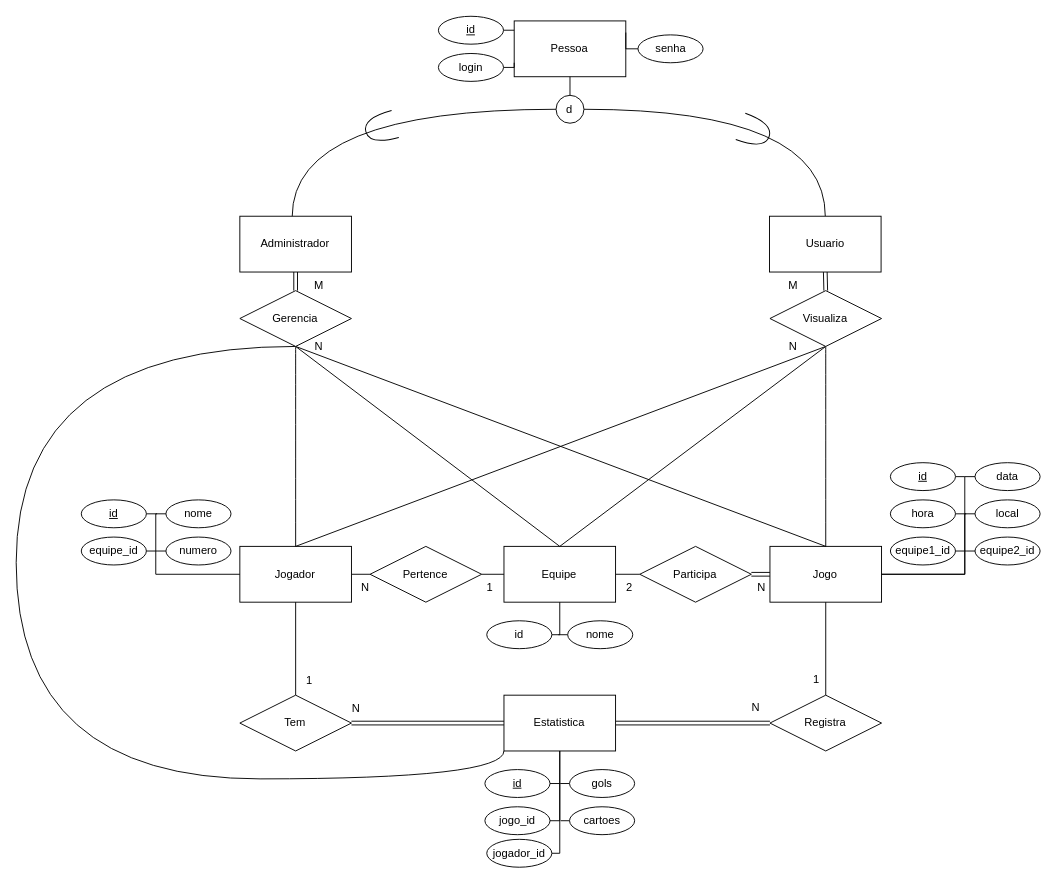
Before: CBFManager.drawio in VitoReis/CBFManager, a draw.io diagram. Source tidied: cells renumbered, new cells numbered last; positions are measured from the earlier drawing's top-left corner, leaving out a move shared by most shapes. Both pictures are drawn from the tidied source at 93%, with x=0, y=0 at pixel (16, 16).
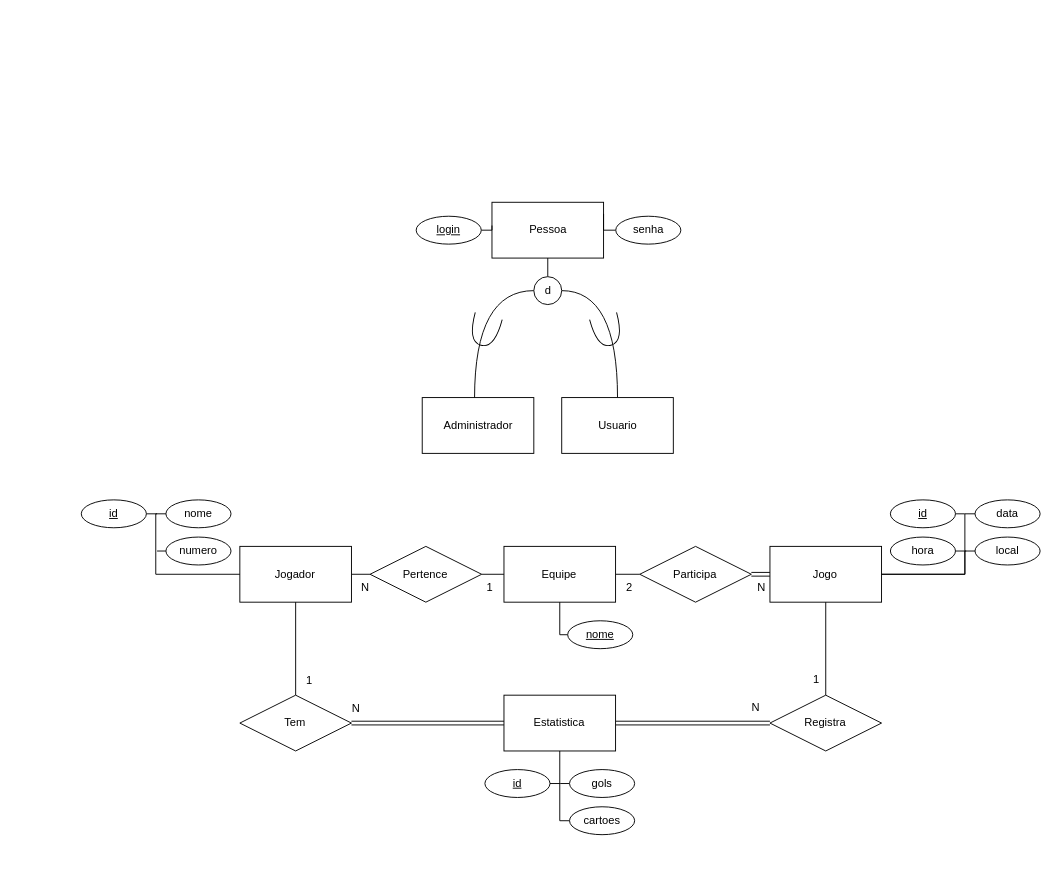
After the change.

The change refers to these unchanged cells:
```xml
<mxCell id="3" value="&lt;div&gt;Jogador&lt;/div&gt;" style="rounded=0;whiteSpace=wrap;html=1;" parent="1" vertex="1">
  <mxGeometry x="240.4" y="570" width="120" height="60" as="geometry" />
</mxCell>
<mxCell id="7" value="Equipe" style="rounded=0;whiteSpace=wrap;html=1;" parent="1" vertex="1">
  <mxGeometry x="524.4" y="570" width="120" height="60" as="geometry" />
</mxCell>
<mxCell id="10" value="Jogo" style="rounded=0;whiteSpace=wrap;html=1;" parent="1" vertex="1">
  <mxGeometry x="810.4" y="570" width="120" height="60" as="geometry" />
</mxCell>
<mxCell id="14" value="Estatistica" style="rounded=0;whiteSpace=wrap;html=1;" parent="1" vertex="1">
  <mxGeometry x="524.4" y="730" width="120" height="60" as="geometry" />
</mxCell>
<mxCell id="42" value="cartoes" style="ellipse;whiteSpace=wrap;html=1;" parent="1" vertex="1">
  <mxGeometry x="594.9" y="850" width="70" height="30" as="geometry" />
</mxCell>
```

The edit, as a diff of the source:
```diff
@@
-    <mxCell id="18" style="edgeStyle=orthogonalEdgeStyle;rounded=0;jettySize=auto;html=1;exitX=1;exitY=0.5;exitDx=0;exitDy=0;endArrow=none;startFill=0;" parent="1" edge="1" source="19">
-      <mxGeometry relative="1" as="geometry">
-        <mxPoint x="1021.4" y="575" as="targetPoint" />
-      </mxGeometry>
-    </mxCell>
-    <mxCell id="19" value="equipe1_id" style="ellipse;whiteSpace=wrap;html=1;" parent="1" vertex="1">
-      <mxGeometry x="939.9" y="560" width="70" height="30" as="geometry" />
-    </mxCell>
     <mxCell id="20" style="edgeStyle=orthogonalEdgeStyle;rounded=0;jettySize=auto;html=1;exitX=1;exitY=0.5;exitDx=0;exitDy=0;endArrow=none;startFill=0;" parent="1" edge="1" source="21">
       <mxGeometry relative="1" as="geometry">
-        <mxPoint x="1021.4" y="535" as="targetPoint" />
+        <mxPoint x="1021.4" y="575" as="targetPoint" />
       </mxGeometry>
     </mxCell>
     <mxCell id="21" value="hora" style="ellipse;whiteSpace=wrap;html=1;" parent="1" vertex="1">
-      <mxGeometry x="939.9" y="520" width="70" height="30" as="geometry" />
+      <mxGeometry x="939.9" y="560" width="70" height="30" as="geometry" />
     </mxCell>
-    <mxCell id="22" style="edgeStyle=orthogonalEdgeStyle;rounded=0;jettySize=auto;html=1;exitX=0;exitY=0.5;exitDx=0;exitDy=0;endArrow=none;startFill=0;" parent="1" edge="1" source="23">
-      <mxGeometry relative="1" as="geometry">
-        <mxPoint x="1021.4" y="575" as="targetPoint" />
-      </mxGeometry>
-    </mxCell>
-    <mxCell id="23" value="equipe2_id" style="ellipse;whiteSpace=wrap;html=1;" parent="1" vertex="1">
-      <mxGeometry x="1030.9" y="560" width="70" height="30" as="geometry" />
-    </mxCell>
     <mxCell id="24" style="edgeStyle=orthogonalEdgeStyle;rounded=0;jettySize=auto;html=1;exitX=0;exitY=0.5;exitDx=0;exitDy=0;entryX=1;entryY=0.5;entryDx=0;entryDy=0;endArrow=none;startFill=0;" parent="1" edge="1" source="25" target="10">
       <mxGeometry relative="1" as="geometry">
         <Array as="points">
-          <mxPoint x="1019.9" y="535" />
-          <mxPoint x="1019.9" y="600" />
+          <mxPoint x="1020" y="575" />
+          <mxPoint x="1020" y="600" />
         </Array>
       </mxGeometry>
     </mxCell>
     <mxCell id="25" value="local" style="ellipse;whiteSpace=wrap;html=1;" parent="1" vertex="1">
-      <mxGeometry x="1030.9" y="520" width="70" height="30" as="geometry" />
+      <mxGeometry x="1030.9" y="560" width="70" height="30" as="geometry" />
     </mxCell>
-    <mxCell id="26" style="edgeStyle=orthogonalEdgeStyle;rounded=0;jettySize=auto;html=1;exitX=0;exitY=0.5;exitDx=0;exitDy=0;endArrow=none;startFill=0;" parent="1" edge="1" source="27">
-      <mxGeometry relative="1" as="geometry">
-        <mxPoint x="582.9" y="665" as="targetPoint" />
-      </mxGeometry>
+    <mxCell id="26" style="edgeStyle=orthogonalEdgeStyle;rounded=0;jettySize=auto;html=1;exitX=0;exitY=0.5;exitDx=0;exitDy=0;endArrow=none;startFill=0;entryX=0.5;entryY=1;entryDx=0;entryDy=0;" parent="1" edge="1" source="27" target="7">
+      <mxGeometry relative="1" as="geometry" />
     </mxCell>
-    <mxCell id="27" value="nome" style="ellipse;whiteSpace=wrap;html=1;" parent="1" vertex="1">
+    <mxCell id="27" value="&lt;u&gt;nome&lt;/u&gt;" style="ellipse;whiteSpace=wrap;html=1;" parent="1" vertex="1">
       <mxGeometry x="592.9" y="650" width="70" height="30" as="geometry" />
     </mxCell>
-    <mxCell id="28" style="edgeStyle=orthogonalEdgeStyle;rounded=0;jettySize=auto;html=1;exitX=1;exitY=0.5;exitDx=0;exitDy=0;entryX=0.5;entryY=1;entryDx=0;entryDy=0;endArrow=none;startFill=0;" parent="1" edge="1" source="29" target="7">
-      <mxGeometry relative="1" as="geometry" />
-    </mxCell>
-    <mxCell id="29" value="&lt;div&gt;id&lt;/div&gt;" style="ellipse;whiteSpace=wrap;html=1;" parent="1" vertex="1">
-      <mxGeometry x="505.9" y="650" width="70" height="30" as="geometry" />
-    </mxCell>
@@
-    <mxCell id="37" style="edgeStyle=orthogonalEdgeStyle;rounded=0;jettySize=auto;html=1;exitX=1;exitY=0.5;exitDx=0;exitDy=0;entryX=0.5;entryY=1;entryDx=0;entryDy=0;endArrow=none;startFill=0;" parent="1" edge="1" source="38" target="14">
-      <mxGeometry relative="1" as="geometry">
-        <Array as="points">
-          <mxPoint x="584.4" y="865" />
-        </Array>
-      </mxGeometry>
-    </mxCell>
-    <mxCell id="38" value="jogo_id" style="ellipse;whiteSpace=wrap;html=1;" parent="1" vertex="1">
-      <mxGeometry x="503.9" y="850" width="70" height="30" as="geometry" />
-    </mxCell>
@@
-    <mxCell id="41" style="edgeStyle=orthogonalEdgeStyle;rounded=0;jettySize=auto;html=1;exitX=0;exitY=0.5;exitDx=0;exitDy=0;endArrow=none;startFill=0;" parent="1" edge="1" source="42">
+    <mxCell id="41" style="edgeStyle=orthogonalEdgeStyle;rounded=0;jettySize=auto;html=1;exitX=0;exitY=0.5;exitDx=0;exitDy=0;endArrow=none;startFill=0;entryX=0.5;entryY=1;entryDx=0;entryDy=0;" parent="1" edge="1" source="42" target="14">
       <mxGeometry relative="1" as="geometry">
-        <mxPoint x="585.4" y="865" as="targetPoint" />
+        <Array as="points">
+          <mxPoint x="584" y="865" />
+        </Array>
       </mxGeometry>
     </mxCell>
@@
-    <mxCell id="45" style="edgeStyle=orthogonalEdgeStyle;rounded=0;jettySize=auto;html=1;exitX=1;exitY=0.5;exitDx=0;exitDy=0;endArrow=none;startFill=0;" parent="1" edge="1" source="46">
-      <mxGeometry relative="1" as="geometry">
-        <mxPoint x="151.4" y="575" as="targetPoint" />
-      </mxGeometry>
-    </mxCell>
-    <mxCell id="46" value="equipe_id" style="ellipse;whiteSpace=wrap;html=1;" parent="1" vertex="1">
-      <mxGeometry x="69.9" y="560" width="70" height="30" as="geometry" />
-    </mxCell>
     <mxCell id="47" value="Pessoa" style="rounded=0;whiteSpace=wrap;html=1;" parent="1" vertex="1">
-      <mxGeometry x="535.4" y="5" width="120" height="60" as="geometry" />
+      <mxGeometry x="511.5" y="200" width="120" height="60" as="geometry" />
     </mxCell>
-    <mxCell id="48" style="edgeStyle=orthogonalEdgeStyle;rounded=0;jettySize=auto;html=1;exitX=1;exitY=0.5;exitDx=0;exitDy=0;entryX=0;entryY=0.75;entryDx=0;entryDy=0;endArrow=none;startFill=0;" parent="1" edge="1" source="49" target="47">
-      <mxGeometry relative="1" as="geometry" />
+    <mxCell id="48" style="edgeStyle=orthogonalEdgeStyle;rounded=0;jettySize=auto;html=1;exitX=1;exitY=0.5;exitDx=0;exitDy=0;entryX=0;entryY=0.75;entryDx=0;entryDy=0;endArrow=none;startFill=0;" parent="1" edge="1" source="49">
+      <mxGeometry relative="1" as="geometry">
+        <mxPoint x="511.5" y="225" as="targetPoint" />
+      </mxGeometry>
     </mxCell>
-    <mxCell id="49" value="login" style="ellipse;whiteSpace=wrap;html=1;" parent="1" vertex="1">
-      <mxGeometry x="453.9" y="40" width="70" height="30" as="geometry" />
+    <mxCell id="49" value="&lt;u&gt;login&lt;/u&gt;" style="ellipse;whiteSpace=wrap;html=1;" parent="1" vertex="1">
+      <mxGeometry x="430" y="215" width="70" height="30" as="geometry" />
     </mxCell>
-    <mxCell id="50" style="edgeStyle=orthogonalEdgeStyle;rounded=0;jettySize=auto;html=1;exitX=1;exitY=0.5;exitDx=0;exitDy=0;endArrow=none;startFill=0;" parent="1" edge="1" source="51">
-      <mxGeometry relative="1" as="geometry">
-        <mxPoint x="535.4" y="15" as="targetPoint" />
-      </mxGeometry>
-    </mxCell>
-    <mxCell id="51" value="&lt;div&gt;&lt;u&gt;id&lt;/u&gt;&lt;/div&gt;" style="ellipse;whiteSpace=wrap;html=1;" parent="1" vertex="1">
-      <mxGeometry x="453.9" width="70" height="30" as="geometry" />
-    </mxCell>
     <mxCell id="52" style="edgeStyle=orthogonalEdgeStyle;rounded=0;jettySize=auto;html=1;exitX=0;exitY=0.5;exitDx=0;exitDy=0;endArrow=none;startFill=0;" parent="1" edge="1" source="53">
       <mxGeometry relative="1" as="geometry">
-        <mxPoint x="655.4" y="17.5" as="targetPoint" />
+        <mxPoint x="631.5" y="212.5" as="targetPoint" />
       </mxGeometry>
     </mxCell>
     <mxCell id="53" value="senha" style="ellipse;whiteSpace=wrap;html=1;" parent="1" vertex="1">
-      <mxGeometry x="668.5" y="20" width="70" height="30" as="geometry" />
+      <mxGeometry x="644.6" y="215" width="70" height="30" as="geometry" />
     </mxCell>
@@
     <mxCell id="57" value="d" style="ellipse;whiteSpace=wrap;html=1;" parent="1" vertex="1">
-      <mxGeometry x="580.4" y="85" width="30" height="30" as="geometry" />
+      <mxGeometry x="556.5" y="280" width="30" height="30" as="geometry" />
     </mxCell>
-    <mxCell id="58" style="edgeStyle=orthogonalEdgeStyle;rounded=0;jettySize=auto;html=1;exitX=0.5;exitY=1;exitDx=0;exitDy=0;entryX=0.5;entryY=0;entryDx=0;entryDy=0;endArrow=none;startFill=0;shape=link;" parent="1" edge="1" source="59" target="70">
-      <mxGeometry relative="1" as="geometry" />
-    </mxCell>
     <mxCell id="59" value="Usuario" style="rounded=0;whiteSpace=wrap;html=1;" parent="1" vertex="1">
-      <mxGeometry x="809.9" y="215" width="120" height="60" as="geometry" />
+      <mxGeometry x="586.5" y="410" width="120" height="60" as="geometry" />
     </mxCell>
     <mxCell id="60" value="Administrador" style="rounded=0;whiteSpace=wrap;html=1;" parent="1" vertex="1">
-      <mxGeometry x="240.4" y="215" width="120" height="60" as="geometry" />
+      <mxGeometry x="436.5" y="410" width="120" height="60" as="geometry" />
     </mxCell>
-    <mxCell id="61" style="edgeStyle=orthogonalEdgeStyle;rounded=0;jettySize=auto;html=1;exitX=0.5;exitY=0;exitDx=0;exitDy=0;entryX=0.5;entryY=1;entryDx=0;entryDy=0;endArrow=none;startFill=0;shape=link;" parent="1" edge="1" source="66" target="60">
-      <mxGeometry relative="1" as="geometry" />
-    </mxCell>
-    <mxCell id="62" style="edgeStyle=orthogonalEdgeStyle;rounded=0;jettySize=auto;html=1;exitX=0.5;exitY=1;exitDx=0;exitDy=0;entryX=0.5;entryY=0;entryDx=0;entryDy=0;curved=1;endArrow=none;startFill=0;" parent="1" edge="1" source="66" target="3">
-      <mxGeometry relative="1" as="geometry" />
-    </mxCell>
-    <mxCell id="63" style="rounded=0;jettySize=auto;html=1;exitX=0.5;exitY=1;exitDx=0;exitDy=0;entryX=0.5;entryY=0;entryDx=0;entryDy=0;endArrow=none;startFill=0;" parent="1" edge="1" source="66" target="7">
-      <mxGeometry relative="1" as="geometry" />
-    </mxCell>
-    <mxCell id="64" style="rounded=0;jettySize=auto;html=1;exitX=0.5;exitY=1;exitDx=0;exitDy=0;entryX=0.5;entryY=0;entryDx=0;entryDy=0;endArrow=none;startFill=0;" parent="1" edge="1" source="66" target="10">
-      <mxGeometry relative="1" as="geometry" />
-    </mxCell>
-    <mxCell id="65" style="edgeStyle=orthogonalEdgeStyle;rounded=0;jettySize=auto;html=1;exitX=0.5;exitY=1;exitDx=0;exitDy=0;entryX=0;entryY=1;entryDx=0;entryDy=0;curved=1;endArrow=none;startFill=0;" parent="1" edge="1" source="66" target="14">
-      <mxGeometry relative="1" as="geometry">
-        <Array as="points">
-          <mxPoint x="-0.1" y="355" />
-          <mxPoint x="-0.1" y="820" />
-          <mxPoint x="523.9" y="820" />
-        </Array>
-      </mxGeometry>
-    </mxCell>
-    <mxCell id="66" value="&lt;div&gt;Gerencia&lt;/div&gt;" style="rhombus;whiteSpace=wrap;html=1;" parent="1" vertex="1">
-      <mxGeometry x="240.4" y="295" width="120" height="60" as="geometry" />
-    </mxCell>
-    <mxCell id="67" style="edgeStyle=orthogonalEdgeStyle;rounded=0;jettySize=auto;html=1;exitX=0.5;exitY=1;exitDx=0;exitDy=0;curved=1;endArrow=none;startFill=0;" parent="1" edge="1" source="70" target="10">
-      <mxGeometry relative="1" as="geometry" />
-    </mxCell>
-    <mxCell id="68" style="rounded=0;jettySize=auto;html=1;exitX=0.5;exitY=1;exitDx=0;exitDy=0;entryX=0.5;entryY=0;entryDx=0;entryDy=0;endArrow=none;startFill=0;" parent="1" edge="1" source="70" target="7">
-      <mxGeometry relative="1" as="geometry" />
-    </mxCell>
-    <mxCell id="69" style="rounded=0;jettySize=auto;html=1;exitX=0.5;exitY=1;exitDx=0;exitDy=0;entryX=0.5;entryY=0;entryDx=0;entryDy=0;endArrow=none;startFill=0;flowAnimation=0;shadow=0;" parent="1" edge="1" source="70" target="3">
-      <mxGeometry relative="1" as="geometry" />
-    </mxCell>
-    <mxCell id="70" value="Visualiza" style="rhombus;whiteSpace=wrap;html=1;" parent="1" vertex="1">
-      <mxGeometry x="810.4" y="295" width="120" height="60" as="geometry" />
-    </mxCell>
-    <mxCell id="71" style="shape=requiredInterface;html=1;verticalLabelPosition=bottom;sketch=0;rotation=20;" parent="1" vertex="1">
-      <mxGeometry x="777.8" y="109" width="32.6" height="30" as="geometry" />
+    <mxCell id="71" style="shape=requiredInterface;html=1;verticalLabelPosition=bottom;sketch=0;rotation=75;" parent="1" vertex="1">
+      <mxGeometry x="618.9" y="323" width="32.6" height="30" as="geometry" />
     </mxCell>
-    <mxCell id="72" style="shape=requiredInterface;html=1;verticalLabelPosition=bottom;sketch=0;rotation=-195;" parent="1" vertex="1">
-      <mxGeometry x="375.4" y="105" width="32.6" height="30" as="geometry" />
+    <mxCell id="72" style="shape=requiredInterface;html=1;verticalLabelPosition=bottom;sketch=0;rotation=105;" parent="1" vertex="1">
+      <mxGeometry x="487.5" y="323" width="32.6" height="30" as="geometry" />
     </mxCell>
-    <mxCell id="73" style="edgeStyle=orthogonalEdgeStyle;rounded=0;jettySize=auto;html=1;exitX=1;exitY=0.5;exitDx=0;exitDy=0;entryX=0.5;entryY=1;entryDx=0;entryDy=0;endArrow=none;startFill=0;" parent="1" edge="1" source="74" target="14">
-      <mxGeometry relative="1" as="geometry">
-        <Array as="points">
-          <mxPoint x="584.9" y="900" />
-        </Array>
-      </mxGeometry>
-    </mxCell>
-    <mxCell id="74" value="jogador_id" style="ellipse;whiteSpace=wrap;html=1;" parent="1" vertex="1">
-      <mxGeometry x="505.9" y="885" width="70" height="30" as="geometry" />
-    </mxCell>
     <mxCell id="75" style="edgeStyle=orthogonalEdgeStyle;rounded=0;jettySize=auto;html=1;exitX=0;exitY=0.5;exitDx=0;exitDy=0;entryX=1;entryY=0.5;entryDx=0;entryDy=0;endArrow=none;startFill=0;" parent="1" edge="1" source="76" target="10">
       <mxGeometry relative="1" as="geometry">
         <Array as="points">
-          <mxPoint x="1019.9" y="495" />
-          <mxPoint x="1019.9" y="600" />
+          <mxPoint x="1020" y="535" />
+          <mxPoint x="1020" y="600" />
         </Array>
       </mxGeometry>
     </mxCell>
     <mxCell id="76" value="data" style="ellipse;whiteSpace=wrap;html=1;" parent="1" vertex="1">
-      <mxGeometry x="1030.9" y="480" width="70" height="30" as="geometry" />
+      <mxGeometry x="1030.9" y="520" width="70" height="30" as="geometry" />
     </mxCell>
     <mxCell id="77" style="edgeStyle=orthogonalEdgeStyle;rounded=0;jettySize=auto;html=1;exitX=1;exitY=0.5;exitDx=0;exitDy=0;endArrow=none;startFill=0;" parent="1" edge="1" source="78">
       <mxGeometry relative="1" as="geometry">
-        <mxPoint x="1019.9" y="495.3" as="targetPoint" />
+        <mxPoint x="1019.9" y="535.3" as="targetPoint" />
       </mxGeometry>
     </mxCell>
     <mxCell id="78" value="&lt;div&gt;&lt;u&gt;id&lt;/u&gt;&lt;/div&gt;" style="ellipse;whiteSpace=wrap;html=1;" parent="1" vertex="1">
-      <mxGeometry x="939.9" y="480" width="70" height="30" as="geometry" />
+      <mxGeometry x="939.9" y="520" width="70" height="30" as="geometry" />
     </mxCell>
-    <mxCell id="79" value="M" style="text;html=1;align=center;verticalAlign=middle;strokeColor=none;fillColor=none;" parent="1" vertex="1">
-      <mxGeometry x="310" y="275" width="30" height="30" as="geometry" />
-    </mxCell>
-    <mxCell id="80" value="N" style="text;html=1;align=center;verticalAlign=middle;strokeColor=none;fillColor=none;" parent="1" vertex="1">
-      <mxGeometry x="310" y="340" width="30" height="30" as="geometry" />
-    </mxCell>
-    <mxCell id="81" value="M" style="text;html=1;align=center;verticalAlign=middle;strokeColor=none;fillColor=none;" parent="1" vertex="1">
-      <mxGeometry x="820" y="275" width="30" height="30" as="geometry" />
-    </mxCell>
-    <mxCell id="82" value="N" style="text;html=1;align=center;verticalAlign=middle;strokeColor=none;fillColor=none;" parent="1" vertex="1">
-      <mxGeometry x="820" y="340" width="30" height="30" as="geometry" />
-    </mxCell>
```
